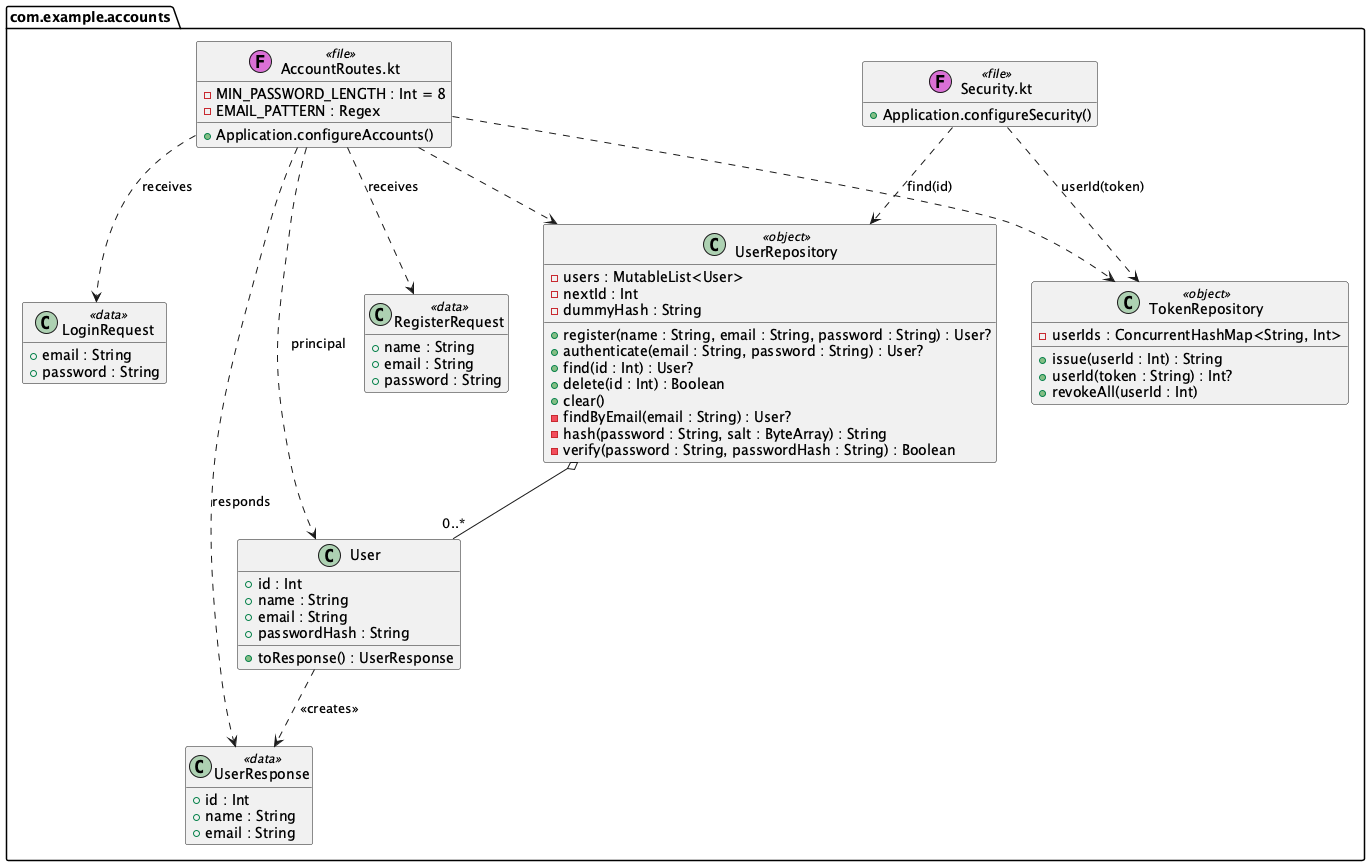
Earlier version of the PlantUML export docs/diagrams/class-accounts.png (Rent-a-car-38291/rent-a-car).
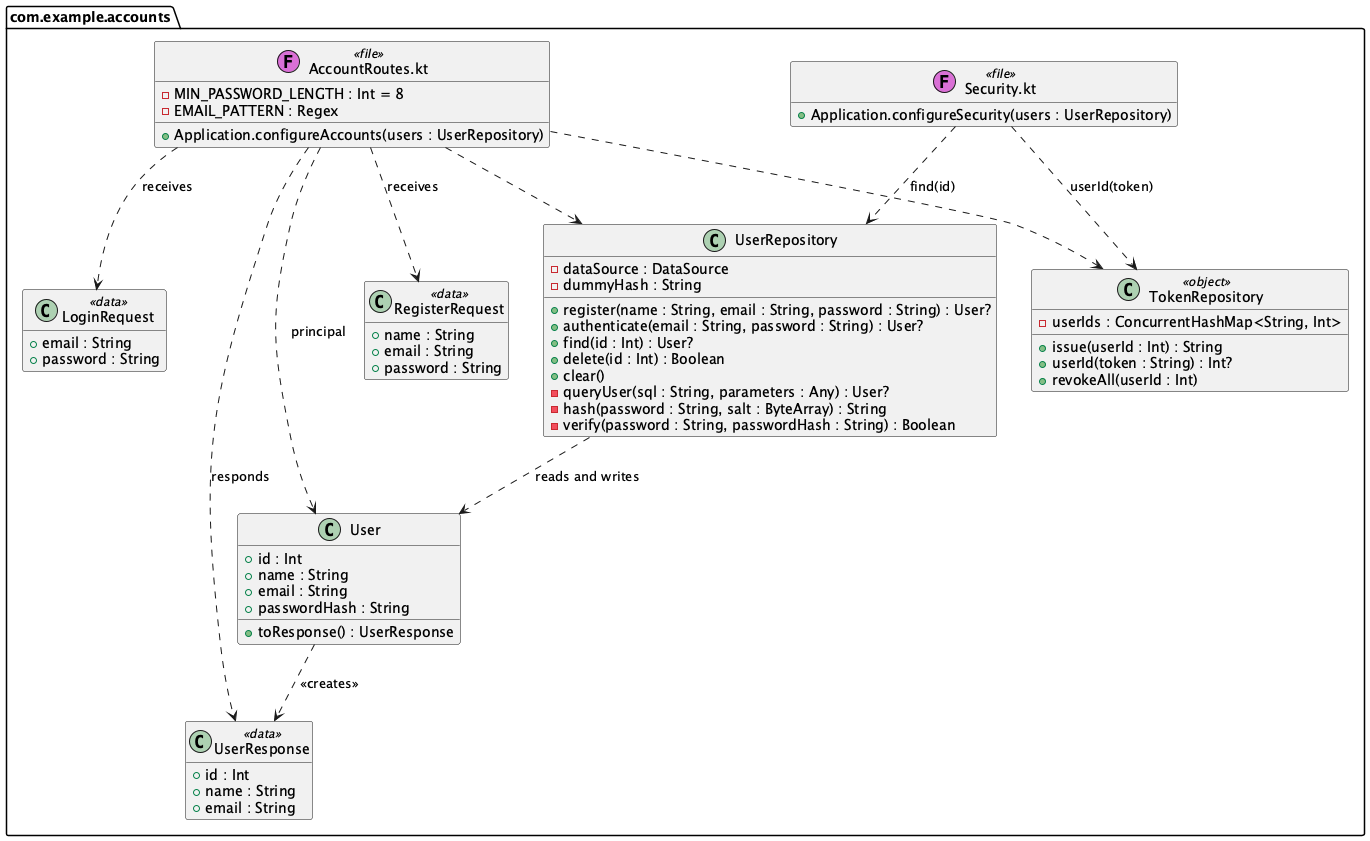
After the commit.

The edit, as a diff of the source:
```diff
@@ -6,10 +6,10 @@
   class "AccountRoutes.kt" as AccountRoutes <<(F,orchid) file>> {
     - MIN_PASSWORD_LENGTH : Int = 8
     - EMAIL_PATTERN : Regex
-    + Application.configureAccounts()
+    + Application.configureAccounts(users : UserRepository)
   }
   class "Security.kt" as Security <<(F,orchid) file>> {
-    + Application.configureSecurity()
+    + Application.configureSecurity(users : UserRepository)
   }
   class User {
     + id : Int
@@ -32,16 +32,15 @@
     + name : String
     + email : String
   }
-  class UserRepository <<object>> {
-    - users : MutableList<User>
-    - nextId : Int
+  class UserRepository {
+    - dataSource : DataSource
     - dummyHash : String
     + register(name : String, email : String, password : String) : User?
     + authenticate(email : String, password : String) : User?
     + find(id : Int) : User?
     + delete(id : Int) : Boolean
     + clear()
-    - findByEmail(email : String) : User?
+    - queryUser(sql : String, parameters : Any) : User?
     - hash(password : String, salt : ByteArray) : String
     - verify(password : String, passwordHash : String) : Boolean
   }
@@ -53,7 +52,7 @@
   }
 }
 
-UserRepository o-- "0..*" User
+UserRepository ..> User : reads and writes
 User ..> UserResponse : <<creates>>
 AccountRoutes ..> RegisterRequest : receives
 AccountRoutes ..> LoginRequest : receives
```
